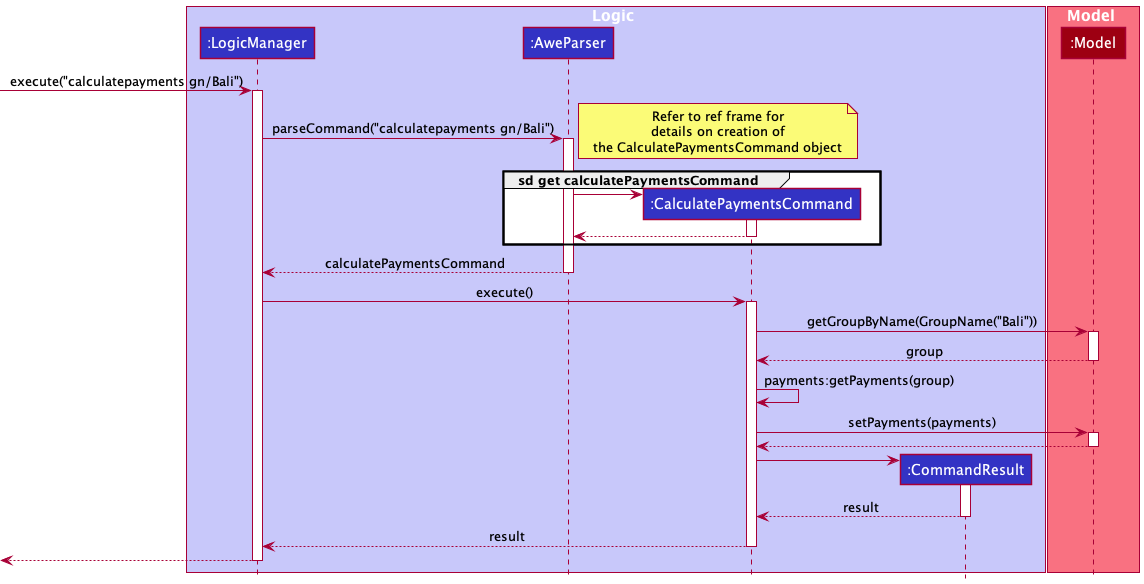
Earlier version of the PlantUML export docs/images/CalculatePaymentsSequenceDiagram.png (ramapriyan912001/tp). Source of this version:
```plantuml
@startuml
!include style.puml

box Logic LOGIC_COLOR_T1
participant ":LogicManager" as LogicManager LOGIC_COLOR
participant ":AweParser" as AweParser LOGIC_COLOR
participant ":CalculatePaymentsCommand" as CalculatePaymentsCommand LOGIC_COLOR
participant ":CommandResult" as CommandResult LOGIC_COLOR
end box

box Model MODEL_COLOR_T1
participant ":Model" as Model MODEL_COLOR
end box

[-> LogicManager : execute("calculatepayments gn/Bali")
activate LogicManager

LogicManager -> AweParser : parseCommand("calculatepayments gn/Bali")
activate AweParser

note right
Refer to ref frame for
details on creation of
the CalculatePaymentsCommand object
end note
group sd get calculatePaymentsCommand
create CalculatePaymentsCommand
AweParser -> CalculatePaymentsCommand
activate CalculatePaymentsCommand
CalculatePaymentsCommand --> AweParser
deactivate CalculatePaymentsCommand
end group

AweParser --> LogicManager : calculatePaymentsCommand
deactivate AweParser

LogicManager -> CalculatePaymentsCommand : execute()
activate CalculatePaymentsCommand

CalculatePaymentsCommand -> Model : getGroupByName(GroupName("Bali"))
activate Model
Model --> CalculatePaymentsCommand : group
deactivate Model

CalculatePaymentsCommand -> CalculatePaymentsCommand : payments:getPayments(group)

CalculatePaymentsCommand -> Model : setPayments(payments)
activate Model
Model --> CalculatePaymentsCommand
deactivate Model

create CommandResult
CalculatePaymentsCommand -> CommandResult
activate CommandResult

CommandResult --> CalculatePaymentsCommand : result
deactivate CommandResult

CalculatePaymentsCommand --> LogicManager : result
deactivate CalculatePaymentsCommand

[<--LogicManager
deactivate LogicManager
@enduml
```
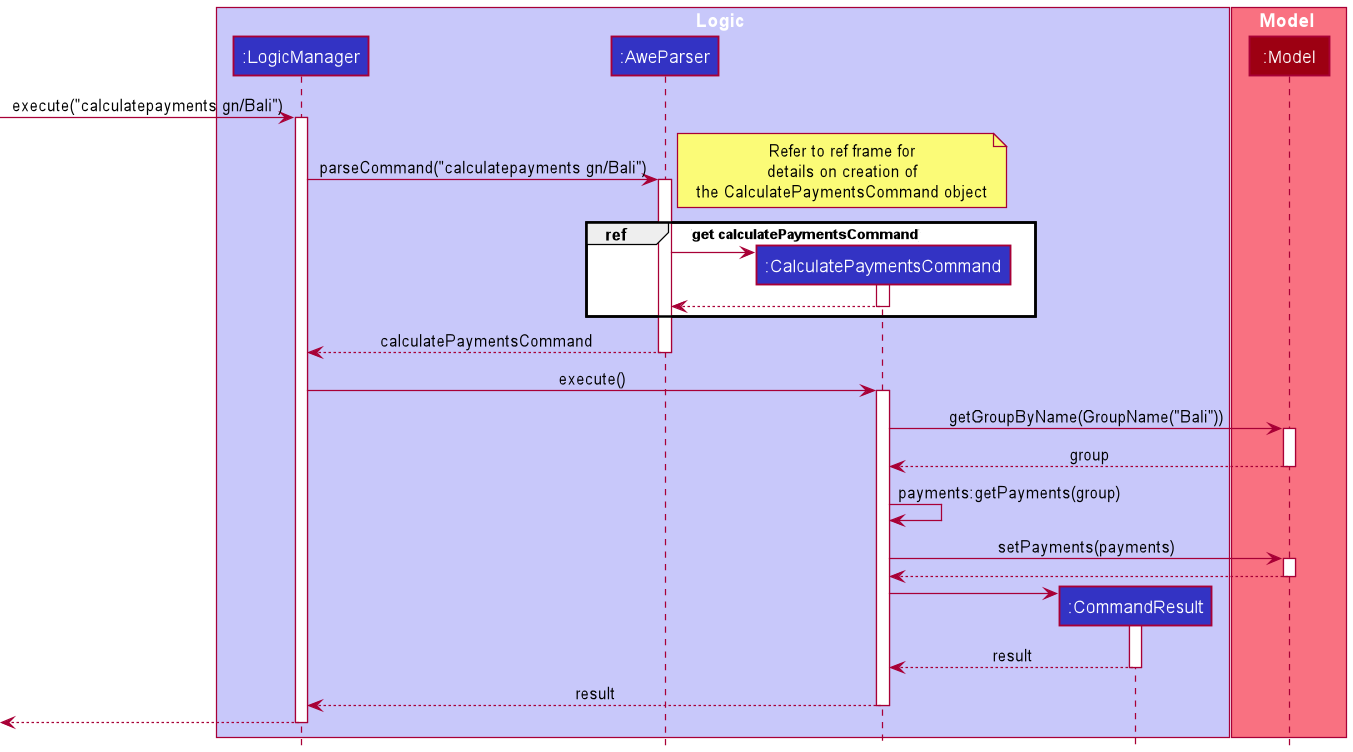
After the change.

What changed in the source:
```diff
@@ -23,7 +23,7 @@
 details on creation of
 the CalculatePaymentsCommand object
 end note
-group sd get calculatePaymentsCommand
+group ref [get calculatePaymentsCommand]
 create CalculatePaymentsCommand
 AweParser -> CalculatePaymentsCommand
 activate CalculatePaymentsCommand
```
